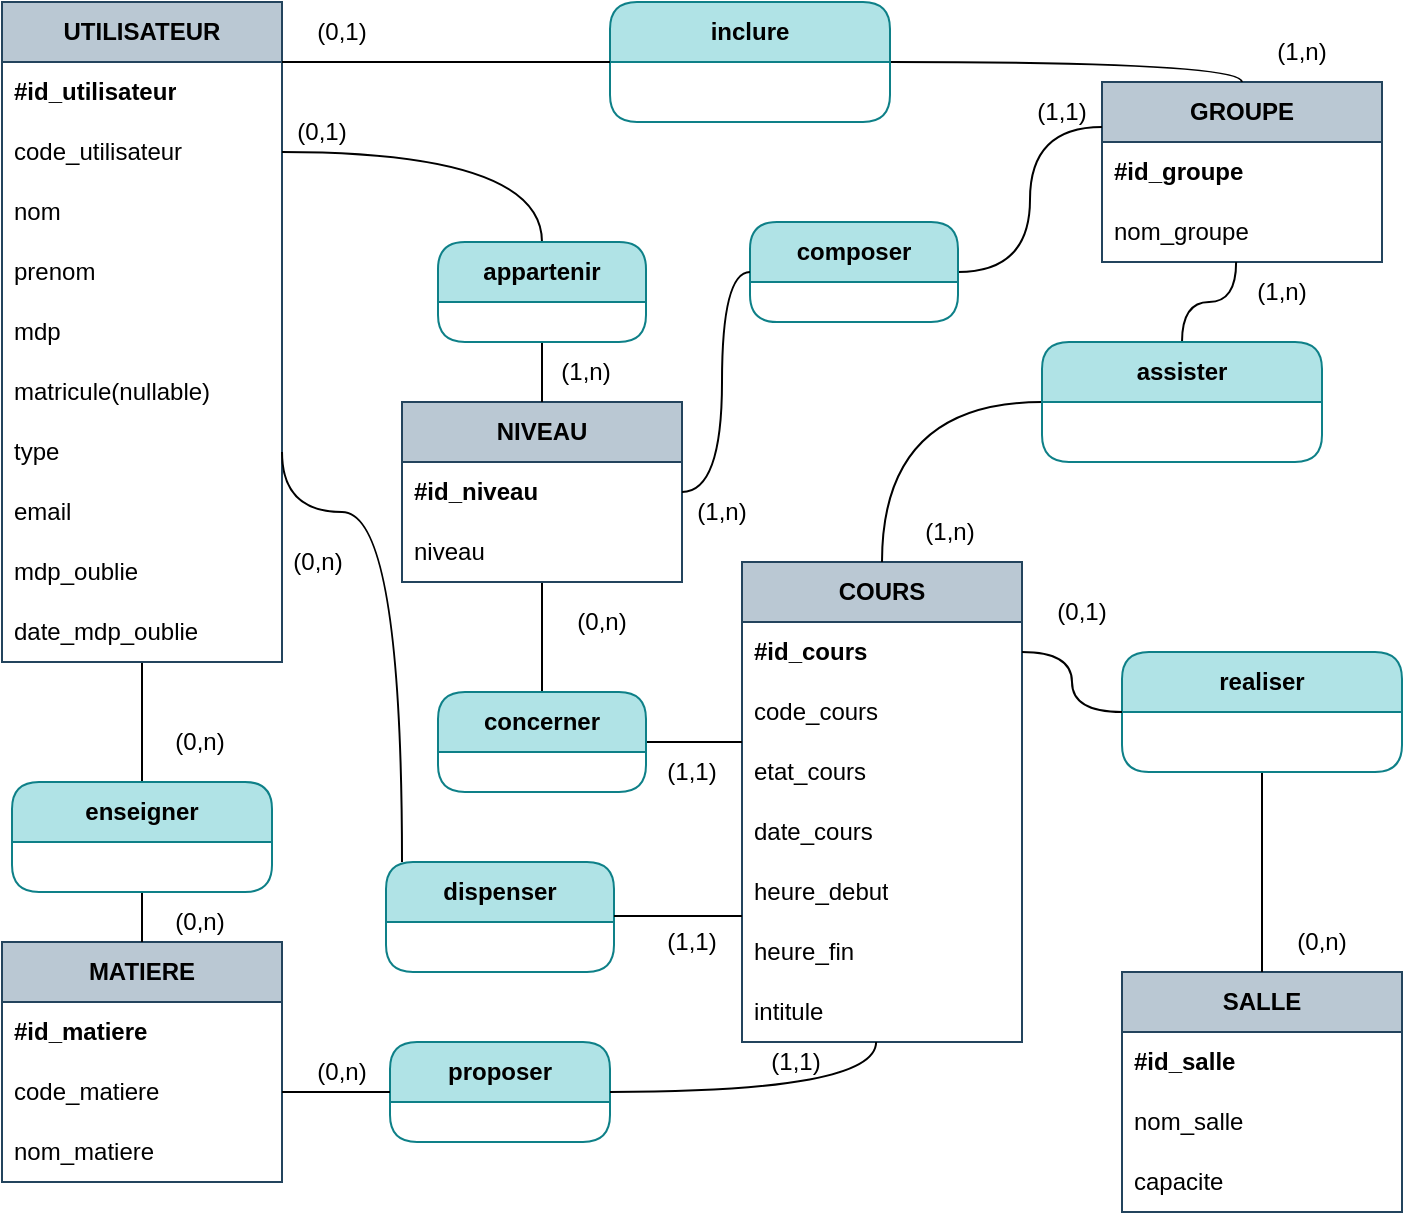
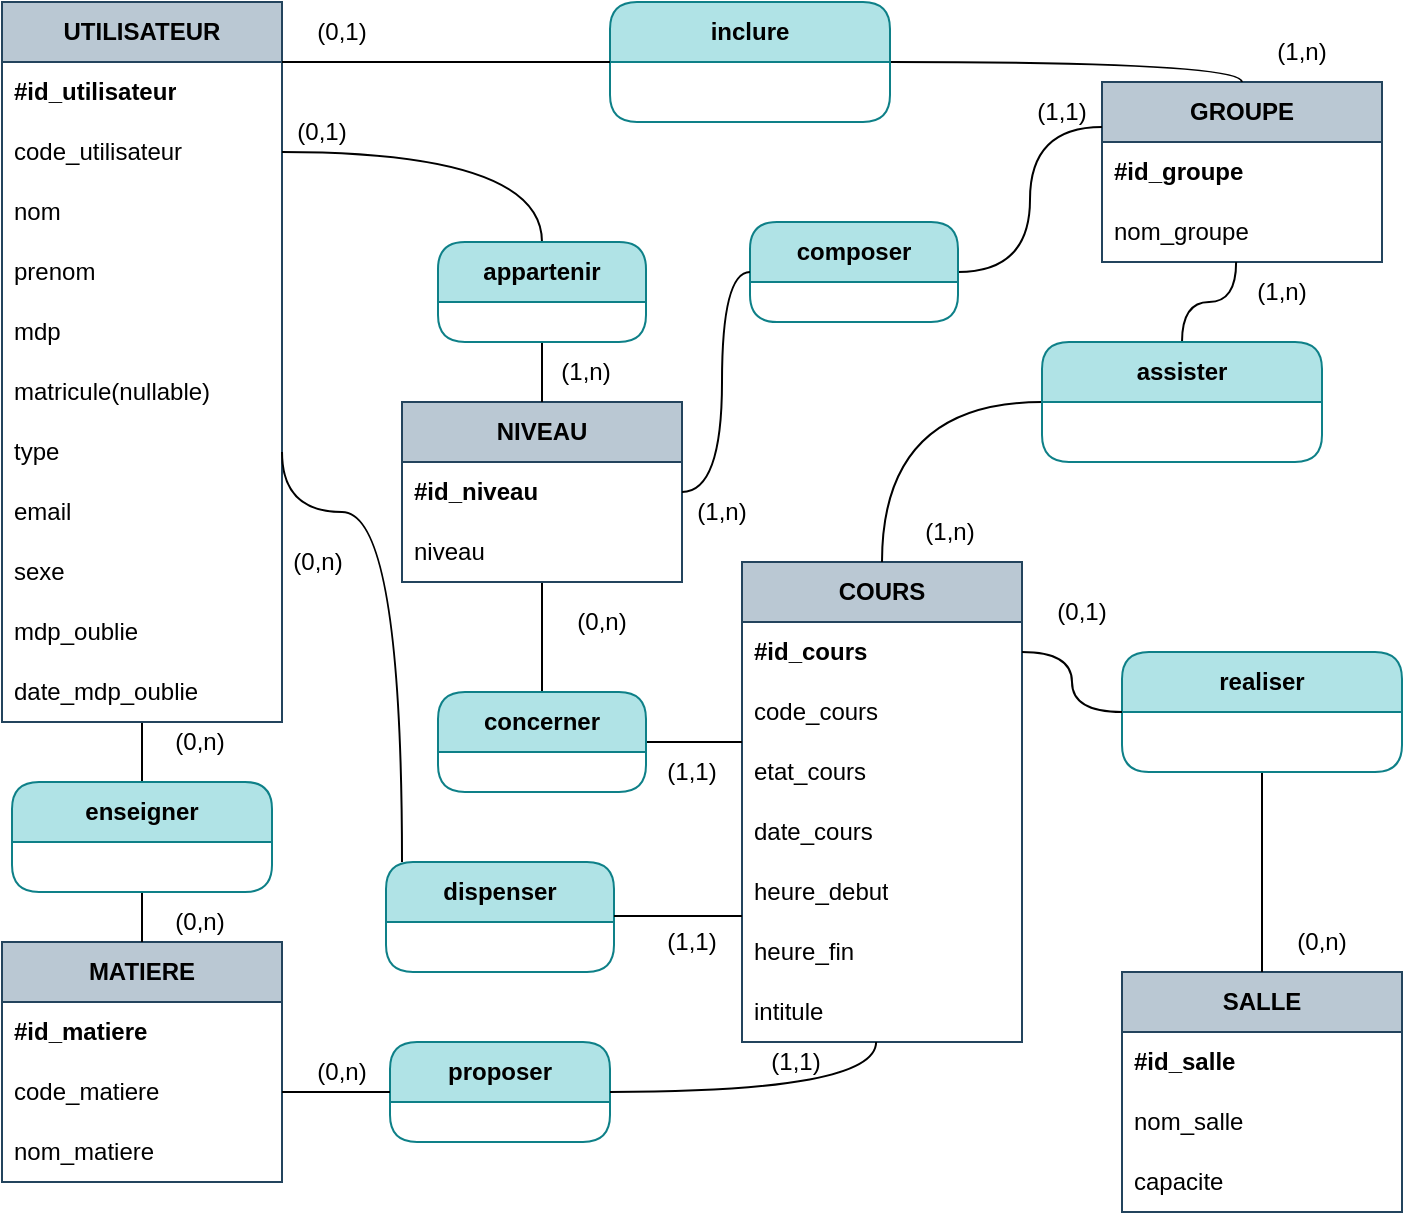
<mxfile host="Electron" agent="Mozilla/5.0 (X11; Linux x86_64) AppleWebKit/537.36 (KHTML, like Gecko) draw.io/29.2.9 Chrome/140.0.7339.249 Electron/38.7.2 Safari/537.36" version="29.2.9" pages="2">
  <diagram name="Page-1" id="SJ5G9GXE5NoKvGaDSBs1">
-     <mxGraphModel dx="927" dy="591" grid="1" gridSize="10" guides="1" tooltips="1" connect="1" arrows="1" fold="1" page="1" pageScale="1" pageWidth="827" pageHeight="1169" background="#ffffff" math="0" shadow="0">
+     <mxGraphModel dx="854" dy="552" grid="1" gridSize="10" guides="1" tooltips="1" connect="1" arrows="1" fold="1" page="1" pageScale="1" pageWidth="827" pageHeight="1169" background="#ffffff" math="0" shadow="0">
      <root>
        <mxCell id="0" />
        <mxCell id="1" parent="0" />
        <mxCell id="sGN0XX3N0lFaESC0Dikt-66" edge="1" parent="1" source="sGN0XX3N0lFaESC0Dikt-9" style="edgeStyle=orthogonalEdgeStyle;rounded=0;orthogonalLoop=1;jettySize=auto;html=1;entryX=0.5;entryY=0;entryDx=0;entryDy=0;endArrow=none;endFill=0;strokeColor=#000000;" target="sGN0XX3N0lFaESC0Dikt-65">
          <mxGeometry relative="1" as="geometry" />
        </mxCell>
        <mxCell id="sGN0XX3N0lFaESC0Dikt-9" parent="1" style="swimlane;fontStyle=0;childLayout=stackLayout;horizontal=1;startSize=30;horizontalStack=0;resizeParent=1;resizeParentMax=0;resizeLast=0;collapsible=1;marginBottom=0;whiteSpace=wrap;html=1;fillColor=#bac8d3;strokeColor=#23445d;" value="&lt;font style=&quot;color: rgb(0, 0, 0);&quot;&gt;&lt;b&gt;UTILISATEUR&lt;/b&gt;&lt;/font&gt;" vertex="1">
-           <mxGeometry height="330" width="140" x="40" y="40" as="geometry" />
+           <mxGeometry height="360" width="140" x="40" y="40" as="geometry" />
        </mxCell>
        <mxCell id="sGN0XX3N0lFaESC0Dikt-10" parent="sGN0XX3N0lFaESC0Dikt-9" style="text;strokeColor=none;fillColor=none;align=left;verticalAlign=middle;spacingLeft=4;spacingRight=4;overflow=hidden;points=[[0,0.5],[1,0.5]];portConstraint=eastwest;rotatable=0;whiteSpace=wrap;html=1;" value="&lt;b&gt;&lt;font style=&quot;color: rgb(0, 0, 0);&quot;&gt;#id_utilisateur&lt;/font&gt;&lt;/b&gt;" vertex="1">
          <mxGeometry height="30" width="140" y="30" as="geometry" />
        </mxCell>
        <mxCell id="sGN0XX3N0lFaESC0Dikt-28" parent="sGN0XX3N0lFaESC0Dikt-9" style="text;strokeColor=none;fillColor=none;align=left;verticalAlign=middle;spacingLeft=4;spacingRight=4;overflow=hidden;points=[[0,0.5],[1,0.5]];portConstraint=eastwest;rotatable=0;whiteSpace=wrap;html=1;" value="&lt;font style=&quot;color: rgb(0, 0, 0);&quot;&gt;code_utilisateur&lt;/font&gt;" vertex="1">
          <mxGeometry height="30" width="140" y="60" as="geometry" />
        </mxCell>
        <mxCell id="sGN0XX3N0lFaESC0Dikt-29" parent="sGN0XX3N0lFaESC0Dikt-9" style="text;strokeColor=none;fillColor=none;align=left;verticalAlign=middle;spacingLeft=4;spacingRight=4;overflow=hidden;points=[[0,0.5],[1,0.5]];portConstraint=eastwest;rotatable=0;whiteSpace=wrap;html=1;" value="&lt;font style=&quot;color: rgb(0, 0, 0);&quot;&gt;nom&lt;/font&gt;" vertex="1">
          <mxGeometry height="30" width="140" y="90" as="geometry" />
        </mxCell>
        <mxCell id="sGN0XX3N0lFaESC0Dikt-30" parent="sGN0XX3N0lFaESC0Dikt-9" style="text;strokeColor=none;fillColor=none;align=left;verticalAlign=middle;spacingLeft=4;spacingRight=4;overflow=hidden;points=[[0,0.5],[1,0.5]];portConstraint=eastwest;rotatable=0;whiteSpace=wrap;html=1;" value="&lt;font style=&quot;color: rgb(0, 0, 0);&quot;&gt;prenom&lt;/font&gt;" vertex="1">
          <mxGeometry height="30" width="140" y="120" as="geometry" />
        </mxCell>
        <mxCell id="sGN0XX3N0lFaESC0Dikt-36" parent="sGN0XX3N0lFaESC0Dikt-9" style="text;strokeColor=none;fillColor=none;align=left;verticalAlign=middle;spacingLeft=4;spacingRight=4;overflow=hidden;points=[[0,0.5],[1,0.5]];portConstraint=eastwest;rotatable=0;whiteSpace=wrap;html=1;" value="&lt;font style=&quot;color: rgb(0, 0, 0);&quot;&gt;mdp&lt;/font&gt;" vertex="1">
          <mxGeometry height="30" width="140" y="150" as="geometry" />
        </mxCell>
        <mxCell id="sGN0XX3N0lFaESC0Dikt-43" parent="sGN0XX3N0lFaESC0Dikt-9" style="text;strokeColor=none;fillColor=none;align=left;verticalAlign=middle;spacingLeft=4;spacingRight=4;overflow=hidden;points=[[0,0.5],[1,0.5]];portConstraint=eastwest;rotatable=0;whiteSpace=wrap;html=1;" value="&lt;font style=&quot;color: rgb(0, 0, 0);&quot;&gt;matricule(nullable)&lt;/font&gt;" vertex="1">
          <mxGeometry height="30" width="140" y="180" as="geometry" />
        </mxCell>
        <mxCell id="sGN0XX3N0lFaESC0Dikt-44" parent="sGN0XX3N0lFaESC0Dikt-9" style="text;strokeColor=none;fillColor=none;align=left;verticalAlign=middle;spacingLeft=4;spacingRight=4;overflow=hidden;points=[[0,0.5],[1,0.5]];portConstraint=eastwest;rotatable=0;whiteSpace=wrap;html=1;" value="&lt;font style=&quot;color: rgb(0, 0, 0);&quot;&gt;type&lt;/font&gt;" vertex="1">
          <mxGeometry height="30" width="140" y="210" as="geometry" />
        </mxCell>
        <mxCell id="sGN0XX3N0lFaESC0Dikt-45" parent="sGN0XX3N0lFaESC0Dikt-9" style="text;strokeColor=none;fillColor=none;align=left;verticalAlign=middle;spacingLeft=4;spacingRight=4;overflow=hidden;points=[[0,0.5],[1,0.5]];portConstraint=eastwest;rotatable=0;whiteSpace=wrap;html=1;" value="&lt;font style=&quot;color: rgb(0, 0, 0);&quot;&gt;email&lt;/font&gt;" vertex="1">
          <mxGeometry height="30" width="140" y="240" as="geometry" />
        </mxCell>
+         <mxCell id="4dKXYrzANffx5URjF5II-1" parent="sGN0XX3N0lFaESC0Dikt-9" style="text;strokeColor=none;fillColor=none;align=left;verticalAlign=middle;spacingLeft=4;spacingRight=4;overflow=hidden;points=[[0,0.5],[1,0.5]];portConstraint=eastwest;rotatable=0;whiteSpace=wrap;html=1;" value="&lt;font style=&quot;color: rgb(0, 0, 0);&quot;&gt;sexe&lt;/font&gt;" vertex="1">
+           <mxGeometry height="30" width="140" y="270" as="geometry" />
+         </mxCell>
        <mxCell id="sGN0XX3N0lFaESC0Dikt-46" parent="sGN0XX3N0lFaESC0Dikt-9" style="text;strokeColor=none;fillColor=none;align=left;verticalAlign=middle;spacingLeft=4;spacingRight=4;overflow=hidden;points=[[0,0.5],[1,0.5]];portConstraint=eastwest;rotatable=0;whiteSpace=wrap;html=1;" value="&lt;font style=&quot;color: rgb(0, 0, 0);&quot;&gt;mdp_oublie&lt;/font&gt;" vertex="1">
-           <mxGeometry height="30" width="140" y="270" as="geometry" />
+           <mxGeometry height="30" width="140" y="300" as="geometry" />
        </mxCell>
        <mxCell id="sGN0XX3N0lFaESC0Dikt-47" parent="sGN0XX3N0lFaESC0Dikt-9" style="text;strokeColor=none;fillColor=none;align=left;verticalAlign=middle;spacingLeft=4;spacingRight=4;overflow=hidden;points=[[0,0.5],[1,0.5]];portConstraint=eastwest;rotatable=0;whiteSpace=wrap;html=1;" value="&lt;font style=&quot;color: rgb(0, 0, 0);&quot;&gt;date_mdp_oublie&lt;/font&gt;" vertex="1">
-           <mxGeometry height="30" width="140" y="300" as="geometry" />
+           <mxGeometry height="30" width="140" y="330" as="geometry" />
        </mxCell>
        <mxCell id="sGN0XX3N0lFaESC0Dikt-13" parent="1" style="swimlane;fontStyle=0;childLayout=stackLayout;horizontal=1;startSize=30;horizontalStack=0;resizeParent=1;resizeParentMax=0;resizeLast=0;collapsible=1;marginBottom=0;whiteSpace=wrap;html=1;fillColor=#bac8d3;strokeColor=#23445d;" value="&lt;font style=&quot;color: rgb(0, 0, 0);&quot;&gt;&lt;b&gt;MATIERE&lt;/b&gt;&lt;/font&gt;" vertex="1">
          <mxGeometry height="120" width="140" x="40" y="510" as="geometry" />
        </mxCell>
        <mxCell id="sGN0XX3N0lFaESC0Dikt-14" parent="sGN0XX3N0lFaESC0Dikt-13" style="text;strokeColor=none;fillColor=none;align=left;verticalAlign=middle;spacingLeft=4;spacingRight=4;overflow=hidden;points=[[0,0.5],[1,0.5]];portConstraint=eastwest;rotatable=0;whiteSpace=wrap;html=1;" value="&lt;font color=&quot;#000000&quot;&gt;&lt;b&gt;#id_matiere&lt;/b&gt;&lt;/font&gt;" vertex="1">
          <mxGeometry height="30" width="140" y="30" as="geometry" />
        </mxCell>
        <mxCell id="sGN0XX3N0lFaESC0Dikt-27" parent="sGN0XX3N0lFaESC0Dikt-13" style="text;strokeColor=none;fillColor=none;align=left;verticalAlign=middle;spacingLeft=4;spacingRight=4;overflow=hidden;points=[[0,0.5],[1,0.5]];portConstraint=eastwest;rotatable=0;whiteSpace=wrap;html=1;" value="&lt;font style=&quot;color: rgb(0, 0, 0);&quot;&gt;code_matiere&lt;/font&gt;" vertex="1">
          <mxGeometry height="30" width="140" y="60" as="geometry" />
        </mxCell>
        <mxCell id="sGN0XX3N0lFaESC0Dikt-32" parent="sGN0XX3N0lFaESC0Dikt-13" style="text;strokeColor=none;fillColor=none;align=left;verticalAlign=middle;spacingLeft=4;spacingRight=4;overflow=hidden;points=[[0,0.5],[1,0.5]];portConstraint=eastwest;rotatable=0;whiteSpace=wrap;html=1;" value="&lt;font style=&quot;color: rgb(0, 0, 0);&quot;&gt;nom_matiere&lt;/font&gt;" vertex="1">
          <mxGeometry height="30" width="140" y="90" as="geometry" />
        </mxCell>
        <mxCell id="sGN0XX3N0lFaESC0Dikt-17" parent="1" style="swimlane;fontStyle=0;childLayout=stackLayout;horizontal=1;startSize=30;horizontalStack=0;resizeParent=1;resizeParentMax=0;resizeLast=0;collapsible=1;marginBottom=0;whiteSpace=wrap;html=1;fillColor=#bac8d3;strokeColor=#23445d;" value="&lt;font style=&quot;color: rgb(0, 0, 0);&quot;&gt;&lt;b&gt;COURS&lt;/b&gt;&lt;/font&gt;" vertex="1">
          <mxGeometry height="240" width="140" x="410" y="320" as="geometry" />
        </mxCell>
        <mxCell id="sGN0XX3N0lFaESC0Dikt-18" parent="sGN0XX3N0lFaESC0Dikt-17" style="text;strokeColor=none;fillColor=none;align=left;verticalAlign=middle;spacingLeft=4;spacingRight=4;overflow=hidden;points=[[0,0.5],[1,0.5]];portConstraint=eastwest;rotatable=0;whiteSpace=wrap;html=1;" value="&lt;b&gt;&lt;font style=&quot;color: rgb(0, 0, 0);&quot;&gt;#id_cours&lt;/font&gt;&lt;/b&gt;" vertex="1">
          <mxGeometry height="30" width="140" y="30" as="geometry" />
        </mxCell>
        <mxCell id="sGN0XX3N0lFaESC0Dikt-33" parent="sGN0XX3N0lFaESC0Dikt-17" style="text;strokeColor=none;fillColor=none;align=left;verticalAlign=middle;spacingLeft=4;spacingRight=4;overflow=hidden;points=[[0,0.5],[1,0.5]];portConstraint=eastwest;rotatable=0;whiteSpace=wrap;html=1;" value="&lt;font style=&quot;color: rgb(0, 0, 0);&quot;&gt;code_cours&lt;/font&gt;" vertex="1">
          <mxGeometry height="30" width="140" y="60" as="geometry" />
        </mxCell>
        <mxCell id="sGN0XX3N0lFaESC0Dikt-34" parent="sGN0XX3N0lFaESC0Dikt-17" style="text;strokeColor=none;fillColor=none;align=left;verticalAlign=middle;spacingLeft=4;spacingRight=4;overflow=hidden;points=[[0,0.5],[1,0.5]];portConstraint=eastwest;rotatable=0;whiteSpace=wrap;html=1;" value="&lt;font style=&quot;color: rgb(0, 0, 0);&quot;&gt;etat_cours&lt;/font&gt;" vertex="1">
          <mxGeometry height="30" width="140" y="90" as="geometry" />
        </mxCell>
        <mxCell id="sGN0XX3N0lFaESC0Dikt-35" parent="sGN0XX3N0lFaESC0Dikt-17" style="text;strokeColor=none;fillColor=none;align=left;verticalAlign=middle;spacingLeft=4;spacingRight=4;overflow=hidden;points=[[0,0.5],[1,0.5]];portConstraint=eastwest;rotatable=0;whiteSpace=wrap;html=1;" value="&lt;font style=&quot;color: rgb(0, 0, 0);&quot;&gt;date_cours&lt;/font&gt;" vertex="1">
          <mxGeometry height="30" width="140" y="120" as="geometry" />
        </mxCell>
        <mxCell id="sGN0XX3N0lFaESC0Dikt-37" parent="sGN0XX3N0lFaESC0Dikt-17" style="text;strokeColor=none;fillColor=none;align=left;verticalAlign=middle;spacingLeft=4;spacingRight=4;overflow=hidden;points=[[0,0.5],[1,0.5]];portConstraint=eastwest;rotatable=0;whiteSpace=wrap;html=1;" value="&lt;font style=&quot;color: rgb(0, 0, 0);&quot;&gt;heure_debut&lt;/font&gt;" vertex="1">
          <mxGeometry height="30" width="140" y="150" as="geometry" />
        </mxCell>
        <mxCell id="sGN0XX3N0lFaESC0Dikt-38" parent="sGN0XX3N0lFaESC0Dikt-17" style="text;strokeColor=none;fillColor=none;align=left;verticalAlign=middle;spacingLeft=4;spacingRight=4;overflow=hidden;points=[[0,0.5],[1,0.5]];portConstraint=eastwest;rotatable=0;whiteSpace=wrap;html=1;" value="&lt;font style=&quot;color: rgb(0, 0, 0);&quot;&gt;heure_fin&lt;/font&gt;" vertex="1">
          <mxGeometry height="30" width="140" y="180" as="geometry" />
        </mxCell>
        <mxCell id="sGN0XX3N0lFaESC0Dikt-48" parent="sGN0XX3N0lFaESC0Dikt-17" style="text;strokeColor=none;fillColor=none;align=left;verticalAlign=middle;spacingLeft=4;spacingRight=4;overflow=hidden;points=[[0,0.5],[1,0.5]];portConstraint=eastwest;rotatable=0;whiteSpace=wrap;html=1;" value="&lt;font color=&quot;#000000&quot;&gt;intitule&lt;/font&gt;" vertex="1">
          <mxGeometry height="30" width="140" y="210" as="geometry" />
        </mxCell>
        <mxCell id="sGN0XX3N0lFaESC0Dikt-39" parent="1" style="swimlane;fontStyle=0;childLayout=stackLayout;horizontal=1;startSize=30;horizontalStack=0;resizeParent=1;resizeParentMax=0;resizeLast=0;collapsible=1;marginBottom=0;whiteSpace=wrap;html=1;fillColor=#bac8d3;strokeColor=#23445d;" value="&lt;font style=&quot;color: rgb(0, 0, 0);&quot;&gt;&lt;b&gt;GROUPE&lt;/b&gt;&lt;/font&gt;" vertex="1">
          <mxGeometry height="90" width="140" x="590" y="80" as="geometry" />
        </mxCell>
        <mxCell id="sGN0XX3N0lFaESC0Dikt-40" parent="sGN0XX3N0lFaESC0Dikt-39" style="text;strokeColor=none;fillColor=none;align=left;verticalAlign=middle;spacingLeft=4;spacingRight=4;overflow=hidden;points=[[0,0.5],[1,0.5]];portConstraint=eastwest;rotatable=0;whiteSpace=wrap;html=1;" value="&lt;font color=&quot;#000000&quot;&gt;&lt;b&gt;#id_groupe&lt;/b&gt;&lt;/font&gt;" vertex="1">
          <mxGeometry height="30" width="140" y="30" as="geometry" />
        </mxCell>
        <mxCell id="sGN0XX3N0lFaESC0Dikt-41" parent="sGN0XX3N0lFaESC0Dikt-39" style="text;strokeColor=none;fillColor=none;align=left;verticalAlign=middle;spacingLeft=4;spacingRight=4;overflow=hidden;points=[[0,0.5],[1,0.5]];portConstraint=eastwest;rotatable=0;whiteSpace=wrap;html=1;" value="&lt;font style=&quot;color: rgb(0, 0, 0);&quot;&gt;nom_groupe&lt;/font&gt;" vertex="1">
          <mxGeometry height="30" width="140" y="60" as="geometry" />
        </mxCell>
        <mxCell id="sGN0XX3N0lFaESC0Dikt-5" parent="1" style="swimlane;fontStyle=0;childLayout=stackLayout;horizontal=1;startSize=30;horizontalStack=0;resizeParent=1;resizeParentMax=0;resizeLast=0;collapsible=1;marginBottom=0;whiteSpace=wrap;html=1;fillColor=#bac8d3;strokeColor=#23445d;" value="&lt;font style=&quot;color: rgb(0, 0, 0);&quot;&gt;&lt;b&gt;SALLE&lt;/b&gt;&lt;/font&gt;" vertex="1">
          <mxGeometry height="120" width="140" x="600" y="525" as="geometry" />
        </mxCell>
        <mxCell id="sGN0XX3N0lFaESC0Dikt-7" parent="sGN0XX3N0lFaESC0Dikt-5" style="text;strokeColor=none;fillColor=none;align=left;verticalAlign=middle;spacingLeft=4;spacingRight=4;overflow=hidden;points=[[0,0.5],[1,0.5]];portConstraint=eastwest;rotatable=0;whiteSpace=wrap;html=1;" value="&lt;font style=&quot;color: rgb(0, 0, 0);&quot;&gt;&lt;b&gt;#id_salle&lt;/b&gt;&lt;/font&gt;" vertex="1">
          <mxGeometry height="30" width="140" y="30" as="geometry" />
        </mxCell>
        <mxCell id="sGN0XX3N0lFaESC0Dikt-22" parent="sGN0XX3N0lFaESC0Dikt-5" style="text;strokeColor=none;fillColor=none;align=left;verticalAlign=middle;spacingLeft=4;spacingRight=4;overflow=hidden;points=[[0,0.5],[1,0.5]];portConstraint=eastwest;rotatable=0;whiteSpace=wrap;html=1;" value="&lt;font style=&quot;color: rgb(0, 0, 0);&quot;&gt;nom_salle&lt;/font&gt;" vertex="1">
          <mxGeometry height="30" width="140" y="60" as="geometry" />
        </mxCell>
        <mxCell id="sGN0XX3N0lFaESC0Dikt-21" parent="sGN0XX3N0lFaESC0Dikt-5" style="text;strokeColor=none;fillColor=none;align=left;verticalAlign=middle;spacingLeft=4;spacingRight=4;overflow=hidden;points=[[0,0.5],[1,0.5]];portConstraint=eastwest;rotatable=0;whiteSpace=wrap;html=1;" value="&lt;div&gt;&lt;font color=&quot;#000000&quot;&gt;capacite&lt;/font&gt;&lt;/div&gt;" vertex="1">
          <mxGeometry height="30" width="140" y="90" as="geometry" />
        </mxCell>
        <mxCell id="sGN0XX3N0lFaESC0Dikt-55" edge="1" parent="1" source="sGN0XX3N0lFaESC0Dikt-50" style="edgeStyle=orthogonalEdgeStyle;rounded=0;orthogonalLoop=1;jettySize=auto;html=1;entryX=0.479;entryY=1;entryDx=0;entryDy=0;strokeColor=#000000;curved=1;endArrow=none;endFill=0;entryPerimeter=0;" target="sGN0XX3N0lFaESC0Dikt-41">
          <mxGeometry relative="1" as="geometry" />
        </mxCell>
        <mxCell id="sGN0XX3N0lFaESC0Dikt-56" edge="1" parent="1" source="sGN0XX3N0lFaESC0Dikt-50" style="edgeStyle=orthogonalEdgeStyle;rounded=0;orthogonalLoop=1;jettySize=auto;html=1;entryX=0.5;entryY=0;entryDx=0;entryDy=0;endArrow=none;endFill=0;strokeColor=#000000;curved=1;" target="sGN0XX3N0lFaESC0Dikt-17">
          <mxGeometry relative="1" as="geometry" />
        </mxCell>
        <mxCell id="sGN0XX3N0lFaESC0Dikt-50" parent="1" style="swimlane;fontStyle=0;childLayout=stackLayout;horizontal=1;startSize=30;horizontalStack=0;resizeParent=1;resizeParentMax=0;resizeLast=0;collapsible=1;marginBottom=0;whiteSpace=wrap;html=1;fillColor=#b0e3e6;strokeColor=#0e8088;rounded=1;" value="&lt;font style=&quot;color: rgb(0, 0, 0);&quot;&gt;&lt;b&gt;assister&lt;/b&gt;&lt;/font&gt;" vertex="1">
          <mxGeometry height="60" width="140" x="560" y="210" as="geometry" />
        </mxCell>
        <mxCell id="sGN0XX3N0lFaESC0Dikt-59" edge="1" parent="1" source="sGN0XX3N0lFaESC0Dikt-57" style="edgeStyle=orthogonalEdgeStyle;rounded=0;orthogonalLoop=1;jettySize=auto;html=1;entryX=0.5;entryY=0;entryDx=0;entryDy=0;strokeColor=#000000;endArrow=none;endFill=0;" target="sGN0XX3N0lFaESC0Dikt-5">
          <mxGeometry relative="1" as="geometry" />
        </mxCell>
        <mxCell id="sGN0XX3N0lFaESC0Dikt-57" parent="1" style="swimlane;fontStyle=0;childLayout=stackLayout;horizontal=1;startSize=30;horizontalStack=0;resizeParent=1;resizeParentMax=0;resizeLast=0;collapsible=1;marginBottom=0;whiteSpace=wrap;html=1;fillColor=#b0e3e6;strokeColor=#0e8088;rounded=1;" value="&lt;font color=&quot;#000000&quot;&gt;&lt;b&gt;realiser&lt;/b&gt;&lt;/font&gt;" vertex="1">
          <mxGeometry height="60" width="140" x="600" y="365" as="geometry" />
        </mxCell>
        <mxCell id="sGN0XX3N0lFaESC0Dikt-58" edge="1" parent="1" source="sGN0XX3N0lFaESC0Dikt-57" style="edgeStyle=orthogonalEdgeStyle;rounded=0;orthogonalLoop=1;jettySize=auto;html=1;entryX=1;entryY=0.5;entryDx=0;entryDy=0;curved=1;strokeColor=#000000;endArrow=none;endFill=0;" target="sGN0XX3N0lFaESC0Dikt-18">
          <mxGeometry relative="1" as="geometry" />
        </mxCell>
        <mxCell id="sGN0XX3N0lFaESC0Dikt-64" edge="1" parent="1" source="sGN0XX3N0lFaESC0Dikt-60" style="edgeStyle=orthogonalEdgeStyle;rounded=0;orthogonalLoop=1;jettySize=auto;html=1;entryX=0.5;entryY=0;entryDx=0;entryDy=0;endArrow=none;endFill=0;curved=1;strokeColor=#000000;" target="sGN0XX3N0lFaESC0Dikt-39">
          <mxGeometry relative="1" as="geometry">
            <Array as="points">
              <mxPoint x="660" y="70" />
            </Array>
          </mxGeometry>
        </mxCell>
        <mxCell id="sGN0XX3N0lFaESC0Dikt-60" parent="1" style="swimlane;fontStyle=0;childLayout=stackLayout;horizontal=1;startSize=30;horizontalStack=0;resizeParent=1;resizeParentMax=0;resizeLast=0;collapsible=1;marginBottom=0;whiteSpace=wrap;html=1;fillColor=#b0e3e6;strokeColor=#0e8088;rounded=1;" value="&lt;font style=&quot;color: rgb(0, 0, 0);&quot;&gt;&lt;b&gt;inclure&lt;/b&gt;&lt;/font&gt;" vertex="1">
          <mxGeometry height="60" width="140" x="344" y="40" as="geometry" />
        </mxCell>
        <mxCell id="sGN0XX3N0lFaESC0Dikt-61" edge="1" parent="1" source="sGN0XX3N0lFaESC0Dikt-60" style="edgeStyle=orthogonalEdgeStyle;rounded=0;orthogonalLoop=1;jettySize=auto;html=1;endArrow=none;endFill=0;strokeColor=#000000;curved=1;">
          <mxGeometry relative="1" as="geometry">
            <mxPoint x="180" y="70" as="targetPoint" />
          </mxGeometry>
        </mxCell>
        <mxCell id="sGN0XX3N0lFaESC0Dikt-67" edge="1" parent="1" source="sGN0XX3N0lFaESC0Dikt-65" style="edgeStyle=orthogonalEdgeStyle;rounded=0;orthogonalLoop=1;jettySize=auto;html=1;entryX=0.5;entryY=0;entryDx=0;entryDy=0;endArrow=none;endFill=0;strokeColor=#000000;" target="sGN0XX3N0lFaESC0Dikt-13">
          <mxGeometry relative="1" as="geometry" />
        </mxCell>
        <mxCell id="sGN0XX3N0lFaESC0Dikt-65" parent="1" style="swimlane;fontStyle=0;childLayout=stackLayout;horizontal=1;startSize=30;horizontalStack=0;resizeParent=1;resizeParentMax=0;resizeLast=0;collapsible=1;marginBottom=0;whiteSpace=wrap;html=1;fillColor=#b0e3e6;strokeColor=#0e8088;rounded=1;" value="&lt;font style=&quot;color: rgb(0, 0, 0);&quot;&gt;&lt;b&gt;enseigner&lt;/b&gt;&lt;/font&gt;" vertex="1">
          <mxGeometry height="55" width="130" x="45" y="430" as="geometry" />
        </mxCell>
        <mxCell id="sGN0XX3N0lFaESC0Dikt-68" parent="1" style="swimlane;fontStyle=0;childLayout=stackLayout;horizontal=1;startSize=30;horizontalStack=0;resizeParent=1;resizeParentMax=0;resizeLast=0;collapsible=1;marginBottom=0;whiteSpace=wrap;html=1;fillColor=#b0e3e6;strokeColor=#0e8088;rounded=1;" value="&lt;font style=&quot;color: rgb(0, 0, 0);&quot;&gt;&lt;b&gt;proposer&lt;/b&gt;&lt;/font&gt;" vertex="1">
          <mxGeometry height="50" width="110" x="234" y="560" as="geometry" />
        </mxCell>
        <mxCell id="sGN0XX3N0lFaESC0Dikt-69" edge="1" parent="1" source="sGN0XX3N0lFaESC0Dikt-68" style="edgeStyle=orthogonalEdgeStyle;rounded=0;orthogonalLoop=1;jettySize=auto;html=1;entryX=0.479;entryY=1;entryDx=0;entryDy=0;entryPerimeter=0;curved=1;strokeColor=#000000;endArrow=none;endFill=0;exitX=1;exitY=0.5;exitDx=0;exitDy=0;" target="sGN0XX3N0lFaESC0Dikt-48">
          <mxGeometry relative="1" as="geometry" />
        </mxCell>
        <mxCell id="sGN0XX3N0lFaESC0Dikt-71" edge="1" parent="1" source="sGN0XX3N0lFaESC0Dikt-68" style="edgeStyle=orthogonalEdgeStyle;rounded=0;orthogonalLoop=1;jettySize=auto;html=1;entryX=1;entryY=0.5;entryDx=0;entryDy=0;curved=1;endArrow=none;endFill=0;strokeColor=#000000;" target="sGN0XX3N0lFaESC0Dikt-27">
          <mxGeometry relative="1" as="geometry" />
        </mxCell>
        <mxCell id="sGN0XX3N0lFaESC0Dikt-72" parent="1" style="text;html=1;whiteSpace=wrap;strokeColor=none;fillColor=none;align=center;verticalAlign=middle;rounded=0;" value="&lt;font style=&quot;color: rgb(0, 0, 0);&quot;&gt;(0,1)&lt;/font&gt;" vertex="1">
          <mxGeometry height="30" width="60" x="180" y="40" as="geometry" />
        </mxCell>
        <mxCell id="sGN0XX3N0lFaESC0Dikt-73" edge="1" parent="1" source="sGN0XX3N0lFaESC0Dikt-72" style="edgeStyle=orthogonalEdgeStyle;rounded=0;orthogonalLoop=1;jettySize=auto;html=1;exitX=0.5;exitY=1;exitDx=0;exitDy=0;" target="sGN0XX3N0lFaESC0Dikt-72">
          <mxGeometry relative="1" as="geometry" />
        </mxCell>
        <mxCell id="sGN0XX3N0lFaESC0Dikt-74" parent="1" style="text;html=1;whiteSpace=wrap;strokeColor=none;fillColor=none;align=center;verticalAlign=middle;rounded=0;" value="&lt;font style=&quot;color: rgb(0, 0, 0);&quot;&gt;(1,n)&lt;/font&gt;" vertex="1">
          <mxGeometry height="30" width="60" x="660" y="50" as="geometry" />
        </mxCell>
        <mxCell id="sGN0XX3N0lFaESC0Dikt-91" edge="1" parent="1" source="sGN0XX3N0lFaESC0Dikt-75" style="edgeStyle=orthogonalEdgeStyle;rounded=0;orthogonalLoop=1;jettySize=auto;html=1;entryX=0.5;entryY=0;entryDx=0;entryDy=0;strokeColor=#000000;endArrow=none;endFill=0;" target="sGN0XX3N0lFaESC0Dikt-89">
          <mxGeometry relative="1" as="geometry" />
        </mxCell>
        <mxCell id="sGN0XX3N0lFaESC0Dikt-75" parent="1" style="swimlane;fontStyle=0;childLayout=stackLayout;horizontal=1;startSize=30;horizontalStack=0;resizeParent=1;resizeParentMax=0;resizeLast=0;collapsible=1;marginBottom=0;whiteSpace=wrap;html=1;fillColor=#bac8d3;strokeColor=#23445d;" value="&lt;font style=&quot;color: rgb(0, 0, 0);&quot;&gt;&lt;b&gt;NIVEAU&lt;/b&gt;&lt;/font&gt;" vertex="1">
          <mxGeometry height="90" width="140" x="240" y="240" as="geometry" />
        </mxCell>
        <mxCell id="sGN0XX3N0lFaESC0Dikt-76" parent="sGN0XX3N0lFaESC0Dikt-75" style="text;strokeColor=none;fillColor=none;align=left;verticalAlign=middle;spacingLeft=4;spacingRight=4;overflow=hidden;points=[[0,0.5],[1,0.5]];portConstraint=eastwest;rotatable=0;whiteSpace=wrap;html=1;" value="&lt;font color=&quot;#000000&quot;&gt;&lt;b&gt;#id_niveau&lt;/b&gt;&lt;/font&gt;" vertex="1">
          <mxGeometry height="30" width="140" y="30" as="geometry" />
        </mxCell>
        <mxCell id="sGN0XX3N0lFaESC0Dikt-77" parent="sGN0XX3N0lFaESC0Dikt-75" style="text;strokeColor=none;fillColor=none;align=left;verticalAlign=middle;spacingLeft=4;spacingRight=4;overflow=hidden;points=[[0,0.5],[1,0.5]];portConstraint=eastwest;rotatable=0;whiteSpace=wrap;html=1;" value="&lt;font style=&quot;color: rgb(0, 0, 0);&quot;&gt;niveau&lt;/font&gt;" vertex="1">
          <mxGeometry height="30" width="140" y="60" as="geometry" />
        </mxCell>
        <mxCell id="sGN0XX3N0lFaESC0Dikt-79" edge="1" parent="1" source="sGN0XX3N0lFaESC0Dikt-78" style="edgeStyle=orthogonalEdgeStyle;rounded=0;orthogonalLoop=1;jettySize=auto;html=1;entryX=1;entryY=0.5;entryDx=0;entryDy=0;curved=1;strokeColor=#000000;endArrow=none;endFill=0;" target="sGN0XX3N0lFaESC0Dikt-28">
          <mxGeometry relative="1" as="geometry" />
        </mxCell>
        <mxCell id="sGN0XX3N0lFaESC0Dikt-80" edge="1" parent="1" source="sGN0XX3N0lFaESC0Dikt-78" style="edgeStyle=orthogonalEdgeStyle;rounded=0;orthogonalLoop=1;jettySize=auto;html=1;entryX=0.5;entryY=0;entryDx=0;entryDy=0;curved=1;endArrow=none;endFill=0;strokeColor=#000000;" target="sGN0XX3N0lFaESC0Dikt-75">
          <mxGeometry relative="1" as="geometry" />
        </mxCell>
        <mxCell id="sGN0XX3N0lFaESC0Dikt-78" parent="1" style="swimlane;fontStyle=0;childLayout=stackLayout;horizontal=1;startSize=30;horizontalStack=0;resizeParent=1;resizeParentMax=0;resizeLast=0;collapsible=1;marginBottom=0;whiteSpace=wrap;html=1;fillColor=#b0e3e6;strokeColor=#0e8088;rounded=1;" value="&lt;font style=&quot;color: rgb(0, 0, 0);&quot;&gt;&lt;b&gt;appartenir&lt;/b&gt;&lt;/font&gt;" vertex="1">
          <mxGeometry height="50" width="104" x="258" y="160" as="geometry" />
        </mxCell>
        <mxCell id="sGN0XX3N0lFaESC0Dikt-85" edge="1" parent="1" source="sGN0XX3N0lFaESC0Dikt-83" style="edgeStyle=orthogonalEdgeStyle;rounded=0;orthogonalLoop=1;jettySize=auto;html=1;entryX=0;entryY=0.25;entryDx=0;entryDy=0;curved=1;endArrow=none;endFill=0;strokeColor=#000000;" target="sGN0XX3N0lFaESC0Dikt-39">
          <mxGeometry relative="1" as="geometry" />
        </mxCell>
        <mxCell id="sGN0XX3N0lFaESC0Dikt-83" parent="1" style="swimlane;fontStyle=0;childLayout=stackLayout;horizontal=1;startSize=30;horizontalStack=0;resizeParent=1;resizeParentMax=0;resizeLast=0;collapsible=1;marginBottom=0;whiteSpace=wrap;html=1;fillColor=#b0e3e6;strokeColor=#0e8088;rounded=1;" value="&lt;font style=&quot;color: rgb(0, 0, 0);&quot;&gt;&lt;b&gt;composer&lt;/b&gt;&lt;/font&gt;" vertex="1">
          <mxGeometry height="50" width="104" x="414" y="150" as="geometry" />
        </mxCell>
        <mxCell id="sGN0XX3N0lFaESC0Dikt-84" edge="1" parent="1" source="sGN0XX3N0lFaESC0Dikt-76" style="edgeStyle=orthogonalEdgeStyle;rounded=0;orthogonalLoop=1;jettySize=auto;html=1;entryX=0;entryY=0.5;entryDx=0;entryDy=0;curved=1;endArrow=none;endFill=0;strokeColor=#000000;" target="sGN0XX3N0lFaESC0Dikt-83">
          <mxGeometry relative="1" as="geometry">
            <Array as="points">
              <mxPoint x="400" y="285" />
              <mxPoint x="400" y="175" />
            </Array>
          </mxGeometry>
        </mxCell>
        <mxCell id="sGN0XX3N0lFaESC0Dikt-111" edge="1" parent="1" source="sGN0XX3N0lFaESC0Dikt-89" style="edgeStyle=orthogonalEdgeStyle;rounded=0;orthogonalLoop=1;jettySize=auto;html=1;endArrow=none;endFill=0;strokeColor=#000000;">
          <mxGeometry relative="1" as="geometry">
            <mxPoint x="410" y="410" as="targetPoint" />
          </mxGeometry>
        </mxCell>
        <mxCell id="sGN0XX3N0lFaESC0Dikt-89" parent="1" style="swimlane;fontStyle=0;childLayout=stackLayout;horizontal=1;startSize=30;horizontalStack=0;resizeParent=1;resizeParentMax=0;resizeLast=0;collapsible=1;marginBottom=0;whiteSpace=wrap;html=1;fillColor=#b0e3e6;strokeColor=#0e8088;rounded=1;" value="&lt;font style=&quot;color: rgb(0, 0, 0);&quot;&gt;&lt;b&gt;concerner&lt;/b&gt;&lt;/font&gt;" vertex="1">
          <mxGeometry height="50" width="104" x="258" y="385" as="geometry" />
        </mxCell>
        <mxCell id="sGN0XX3N0lFaESC0Dikt-94" parent="1" style="text;html=1;whiteSpace=wrap;strokeColor=none;fillColor=none;align=center;verticalAlign=middle;rounded=0;" value="&lt;font style=&quot;color: rgb(0, 0, 0);&quot;&gt;(1,1)&lt;/font&gt;" vertex="1">
          <mxGeometry height="30" width="60" x="540" y="80" as="geometry" />
        </mxCell>
        <mxCell id="sGN0XX3N0lFaESC0Dikt-95" parent="1" style="text;html=1;whiteSpace=wrap;strokeColor=none;fillColor=none;align=center;verticalAlign=middle;rounded=0;" value="&lt;font style=&quot;color: rgb(0, 0, 0);&quot;&gt;(1,n)&lt;/font&gt;" vertex="1">
          <mxGeometry height="30" width="60" x="370" y="280" as="geometry" />
        </mxCell>
        <mxCell id="sGN0XX3N0lFaESC0Dikt-96" parent="1" style="text;html=1;whiteSpace=wrap;strokeColor=none;fillColor=none;align=center;verticalAlign=middle;rounded=0;" value="&lt;font style=&quot;color: rgb(0, 0, 0);&quot;&gt;(1,n)&lt;/font&gt;" vertex="1">
          <mxGeometry height="30" width="60" x="302" y="210" as="geometry" />
        </mxCell>
        <mxCell id="sGN0XX3N0lFaESC0Dikt-97" parent="1" style="text;html=1;whiteSpace=wrap;strokeColor=none;fillColor=none;align=center;verticalAlign=middle;rounded=0;" value="&lt;font style=&quot;color: rgb(0, 0, 0);&quot;&gt;(0,1)&lt;/font&gt;" vertex="1">
          <mxGeometry height="30" width="60" x="170" y="90" as="geometry" />
        </mxCell>
        <mxCell id="sGN0XX3N0lFaESC0Dikt-98" parent="1" style="text;html=1;whiteSpace=wrap;strokeColor=none;fillColor=none;align=center;verticalAlign=middle;rounded=0;" value="&lt;font style=&quot;color: rgb(0, 0, 0);&quot;&gt;(0,n)&lt;/font&gt;" vertex="1">
          <mxGeometry height="30" width="60" x="310" y="335" as="geometry" />
        </mxCell>
        <mxCell id="sGN0XX3N0lFaESC0Dikt-99" parent="1" style="text;html=1;whiteSpace=wrap;strokeColor=none;fillColor=none;align=center;verticalAlign=middle;rounded=0;" value="&lt;font style=&quot;color: rgb(0, 0, 0);&quot;&gt;(1,1)&lt;/font&gt;" vertex="1">
          <mxGeometry height="30" width="60" x="355" y="410" as="geometry" />
        </mxCell>
        <mxCell id="sGN0XX3N0lFaESC0Dikt-101" parent="1" style="text;html=1;whiteSpace=wrap;strokeColor=none;fillColor=none;align=center;verticalAlign=middle;rounded=0;" value="&lt;font style=&quot;color: rgb(0, 0, 0);&quot;&gt;(1,n)&lt;/font&gt;" vertex="1">
          <mxGeometry height="30" width="60" x="650" y="170" as="geometry" />
        </mxCell>
        <mxCell id="sGN0XX3N0lFaESC0Dikt-102" parent="1" style="text;html=1;whiteSpace=wrap;strokeColor=none;fillColor=none;align=center;verticalAlign=middle;rounded=0;" value="&lt;font style=&quot;color: rgb(0, 0, 0);&quot;&gt;(0,1)&lt;/font&gt;" vertex="1">
          <mxGeometry height="30" width="60" x="550" y="330" as="geometry" />
        </mxCell>
        <mxCell id="sGN0XX3N0lFaESC0Dikt-103" parent="1" style="text;html=1;whiteSpace=wrap;strokeColor=none;fillColor=none;align=center;verticalAlign=middle;rounded=0;" value="&lt;font style=&quot;color: rgb(0, 0, 0);&quot;&gt;(0,n)&lt;/font&gt;" vertex="1">
          <mxGeometry height="30" width="60" x="109" y="395" as="geometry" />
        </mxCell>
        <mxCell id="sGN0XX3N0lFaESC0Dikt-104" parent="1" style="text;html=1;whiteSpace=wrap;strokeColor=none;fillColor=none;align=center;verticalAlign=middle;rounded=0;" value="&lt;font style=&quot;color: rgb(0, 0, 0);&quot;&gt;(0,n)&lt;/font&gt;" vertex="1">
          <mxGeometry height="30" width="60" x="109" y="485" as="geometry" />
        </mxCell>
        <mxCell id="sGN0XX3N0lFaESC0Dikt-105" parent="1" style="text;html=1;whiteSpace=wrap;strokeColor=none;fillColor=none;align=center;verticalAlign=middle;rounded=0;" value="&lt;font style=&quot;color: rgb(0, 0, 0);&quot;&gt;(0,n)&lt;/font&gt;" vertex="1">
          <mxGeometry height="30" width="60" x="180" y="560" as="geometry" />
        </mxCell>
        <mxCell id="sGN0XX3N0lFaESC0Dikt-106" parent="1" style="text;html=1;whiteSpace=wrap;strokeColor=none;fillColor=none;align=center;verticalAlign=middle;rounded=0;" value="&lt;font style=&quot;color: rgb(0, 0, 0);&quot;&gt;(1,1)&lt;/font&gt;" vertex="1">
          <mxGeometry height="30" width="60" x="407" y="555" as="geometry" />
        </mxCell>
        <mxCell id="sGN0XX3N0lFaESC0Dikt-109" parent="1" style="text;html=1;whiteSpace=wrap;strokeColor=none;fillColor=none;align=center;verticalAlign=middle;rounded=0;" value="&lt;font style=&quot;color: rgb(0, 0, 0);&quot;&gt;(0,n)&lt;/font&gt;" vertex="1">
          <mxGeometry height="30" width="60" x="670" y="495" as="geometry" />
        </mxCell>
        <mxCell id="sGN0XX3N0lFaESC0Dikt-110" parent="1" style="text;html=1;whiteSpace=wrap;strokeColor=none;fillColor=none;align=center;verticalAlign=middle;rounded=0;" value="&lt;font style=&quot;color: rgb(0, 0, 0);&quot;&gt;(1,n)&lt;/font&gt;" vertex="1">
          <mxGeometry height="30" width="60" x="484" y="290" as="geometry" />
        </mxCell>
        <mxCell id="sGN0XX3N0lFaESC0Dikt-113" edge="1" parent="1" source="sGN0XX3N0lFaESC0Dikt-112" style="edgeStyle=orthogonalEdgeStyle;rounded=0;orthogonalLoop=1;jettySize=auto;html=1;entryX=1;entryY=0.5;entryDx=0;entryDy=0;endArrow=none;endFill=0;curved=1;strokeColor=#000000;" target="sGN0XX3N0lFaESC0Dikt-44">
          <mxGeometry relative="1" as="geometry">
            <Array as="points">
              <mxPoint x="240" y="295" />
            </Array>
          </mxGeometry>
        </mxCell>
        <mxCell id="sGN0XX3N0lFaESC0Dikt-112" parent="1" style="swimlane;fontStyle=0;childLayout=stackLayout;horizontal=1;startSize=30;horizontalStack=0;resizeParent=1;resizeParentMax=0;resizeLast=0;collapsible=1;marginBottom=0;whiteSpace=wrap;html=1;fillColor=#b0e3e6;strokeColor=#0e8088;rounded=1;" value="&lt;font style=&quot;color: rgb(0, 0, 0);&quot;&gt;&lt;b&gt;dispenser&lt;/b&gt;&lt;/font&gt;" vertex="1">
          <mxGeometry height="55" width="114" x="232" y="470" as="geometry" />
        </mxCell>
        <mxCell id="sGN0XX3N0lFaESC0Dikt-114" edge="1" parent="1" source="sGN0XX3N0lFaESC0Dikt-112" style="edgeStyle=orthogonalEdgeStyle;rounded=0;orthogonalLoop=1;jettySize=auto;html=1;endArrow=none;endFill=0;strokeColor=#000000;">
          <mxGeometry relative="1" as="geometry">
            <mxPoint x="410" y="497" as="targetPoint" />
          </mxGeometry>
        </mxCell>
        <mxCell id="sGN0XX3N0lFaESC0Dikt-115" parent="1" style="text;html=1;whiteSpace=wrap;strokeColor=none;fillColor=none;align=center;verticalAlign=middle;rounded=0;" value="&lt;font style=&quot;color: rgb(0, 0, 0);&quot;&gt;(0,n)&lt;/font&gt;" vertex="1">
          <mxGeometry height="30" width="60" x="168" y="305" as="geometry" />
        </mxCell>
        <mxCell id="sGN0XX3N0lFaESC0Dikt-116" parent="1" style="text;html=1;whiteSpace=wrap;strokeColor=none;fillColor=none;align=center;verticalAlign=middle;rounded=0;" value="&lt;font style=&quot;color: rgb(0, 0, 0);&quot;&gt;(1,1)&lt;/font&gt;" vertex="1">
          <mxGeometry height="30" width="60" x="355" y="495" as="geometry" />
        </mxCell>
      </root>
    </mxGraphModel>
  </diagram>
  <diagram id="c3Qx5wA1TV_2s9O9nFo6" name="Page-2">
-     <mxGraphModel dx="981" dy="626" grid="1" gridSize="10" guides="1" tooltips="1" connect="1" arrows="1" fold="1" page="1" pageScale="1" pageWidth="827" pageHeight="1169" background="#ffffff" math="0" shadow="0">
+     <mxGraphModel dx="854" dy="552" grid="1" gridSize="10" guides="1" tooltips="1" connect="1" arrows="1" fold="1" page="1" pageScale="1" pageWidth="827" pageHeight="1169" background="#ffffff" math="0" shadow="0">
      <root>
        <mxCell id="0" />
        <mxCell id="1" parent="0" />
        <mxCell id="pAj9P71KQ9KstZ9cWUUn-2" parent="1" style="swimlane;fontStyle=0;childLayout=stackLayout;horizontal=1;startSize=30;horizontalStack=0;resizeParent=1;resizeParentMax=0;resizeLast=0;collapsible=1;marginBottom=0;whiteSpace=wrap;html=1;fillColor=#bac8d3;strokeColor=#23445d;" value="&lt;font style=&quot;color: rgb(0, 0, 0);&quot;&gt;&lt;b&gt;UTILISATEUR&lt;/b&gt;&lt;/font&gt;" vertex="1">
-           <mxGeometry height="480" width="140" x="40" y="120" as="geometry" />
+           <mxGeometry height="510" width="140" x="40" y="120" as="geometry" />
        </mxCell>
        <mxCell id="pAj9P71KQ9KstZ9cWUUn-3" parent="pAj9P71KQ9KstZ9cWUUn-2" style="text;strokeColor=none;fillColor=none;align=left;verticalAlign=middle;spacingLeft=4;spacingRight=4;overflow=hidden;points=[[0,0.5],[1,0.5]];portConstraint=eastwest;rotatable=0;whiteSpace=wrap;html=1;" value="&lt;b&gt;&lt;font style=&quot;color: rgb(0, 0, 0);&quot;&gt;#id_utilisateur (auto_i)&lt;/font&gt;&lt;/b&gt;" vertex="1">
          <mxGeometry height="30" width="140" y="30" as="geometry" />
        </mxCell>
        <mxCell id="pAj9P71KQ9KstZ9cWUUn-4" parent="pAj9P71KQ9KstZ9cWUUn-2" style="text;strokeColor=none;fillColor=none;align=left;verticalAlign=middle;spacingLeft=4;spacingRight=4;overflow=hidden;points=[[0,0.5],[1,0.5]];portConstraint=eastwest;rotatable=0;whiteSpace=wrap;html=1;" value="&lt;font style=&quot;color: rgb(0, 0, 0);&quot;&gt;code_utilisateur (varchar 8, nullable, U2610000)&lt;/font&gt;" vertex="1">
          <mxGeometry height="50" width="140" y="60" as="geometry" />
        </mxCell>
        <mxCell id="pAj9P71KQ9KstZ9cWUUn-5" parent="pAj9P71KQ9KstZ9cWUUn-2" style="text;strokeColor=none;fillColor=none;align=left;verticalAlign=middle;spacingLeft=4;spacingRight=4;overflow=hidden;points=[[0,0.5],[1,0.5]];portConstraint=eastwest;rotatable=0;whiteSpace=wrap;html=1;" value="&lt;font style=&quot;color: rgb(0, 0, 0);&quot;&gt;nom (varchar 50)&lt;/font&gt;" vertex="1">
          <mxGeometry height="30" width="140" y="110" as="geometry" />
        </mxCell>
        <mxCell id="pAj9P71KQ9KstZ9cWUUn-6" parent="pAj9P71KQ9KstZ9cWUUn-2" style="text;strokeColor=none;fillColor=none;align=left;verticalAlign=middle;spacingLeft=4;spacingRight=4;overflow=hidden;points=[[0,0.5],[1,0.5]];portConstraint=eastwest;rotatable=0;whiteSpace=wrap;html=1;" value="&lt;font style=&quot;color: rgb(0, 0, 0);&quot;&gt;prenom (varchar 50, nullable)&lt;/font&gt;" vertex="1">
          <mxGeometry height="30" width="140" y="140" as="geometry" />
        </mxCell>
        <mxCell id="pAj9P71KQ9KstZ9cWUUn-7" parent="pAj9P71KQ9KstZ9cWUUn-2" style="text;strokeColor=none;fillColor=none;align=left;verticalAlign=middle;spacingLeft=4;spacingRight=4;overflow=hidden;points=[[0,0.5],[1,0.5]];portConstraint=eastwest;rotatable=0;whiteSpace=wrap;html=1;" value="&lt;font style=&quot;color: rgb(0, 0, 0);&quot;&gt;mdp (varchar 255)&lt;/font&gt;" vertex="1">
          <mxGeometry height="30" width="140" y="170" as="geometry" />
        </mxCell>
        <mxCell id="pAj9P71KQ9KstZ9cWUUn-8" parent="pAj9P71KQ9KstZ9cWUUn-2" style="text;strokeColor=none;fillColor=none;align=left;verticalAlign=middle;spacingLeft=4;spacingRight=4;overflow=hidden;points=[[0,0.5],[1,0.5]];portConstraint=eastwest;rotatable=0;whiteSpace=wrap;html=1;" value="&lt;font style=&quot;color: rgb(0, 0, 0);&quot;&gt;matricule(varchar 8, nullable)&lt;/font&gt;" vertex="1">
          <mxGeometry height="30" width="140" y="200" as="geometry" />
        </mxCell>
        <mxCell id="pAj9P71KQ9KstZ9cWUUn-9" parent="pAj9P71KQ9KstZ9cWUUn-2" style="text;strokeColor=none;fillColor=none;align=left;verticalAlign=middle;spacingLeft=4;spacingRight=4;overflow=hidden;points=[[0,0.5],[1,0.5]];portConstraint=eastwest;rotatable=0;whiteSpace=wrap;html=1;" value="&lt;font style=&quot;color: rgb(0, 0, 0);&quot;&gt;type ({admin, enseignant, etudiant})&lt;/font&gt;" vertex="1">
          <mxGeometry height="30" width="140" y="230" as="geometry" />
        </mxCell>
        <mxCell id="pAj9P71KQ9KstZ9cWUUn-10" parent="pAj9P71KQ9KstZ9cWUUn-2" style="text;strokeColor=none;fillColor=none;align=left;verticalAlign=middle;spacingLeft=4;spacingRight=4;overflow=hidden;points=[[0,0.5],[1,0.5]];portConstraint=eastwest;rotatable=0;whiteSpace=wrap;html=1;" value="&lt;font style=&quot;color: rgb(0, 0, 0);&quot;&gt;email (varchar 100)&lt;/font&gt;" vertex="1">
          <mxGeometry height="30" width="140" y="260" as="geometry" />
        </mxCell>
+         <mxCell id="EzfdeYGqpA9yrHupAZIS-2" parent="pAj9P71KQ9KstZ9cWUUn-2" style="text;strokeColor=none;fillColor=none;align=left;verticalAlign=middle;spacingLeft=4;spacingRight=4;overflow=hidden;points=[[0,0.5],[1,0.5]];portConstraint=eastwest;rotatable=0;whiteSpace=wrap;html=1;" value="&lt;font style=&quot;color: rgb(0, 0, 0);&quot;&gt;sexe ({m, f})&lt;/font&gt;" vertex="1">
+           <mxGeometry height="30" width="140" y="290" as="geometry" />
+         </mxCell>
        <mxCell id="pAj9P71KQ9KstZ9cWUUn-11" parent="pAj9P71KQ9KstZ9cWUUn-2" style="text;strokeColor=none;fillColor=none;align=left;verticalAlign=middle;spacingLeft=4;spacingRight=4;overflow=hidden;points=[[0,0.5],[1,0.5]];portConstraint=eastwest;rotatable=0;whiteSpace=wrap;html=1;" value="&lt;font style=&quot;color: rgb(0, 0, 0);&quot;&gt;mdp_oublie (varchar 255, nullable)&lt;/font&gt;" vertex="1">
-           <mxGeometry height="30" width="140" y="290" as="geometry" />
+           <mxGeometry height="30" width="140" y="320" as="geometry" />
        </mxCell>
        <mxCell id="pAj9P71KQ9KstZ9cWUUn-12" parent="pAj9P71KQ9KstZ9cWUUn-2" style="text;strokeColor=none;fillColor=none;align=left;verticalAlign=middle;spacingLeft=4;spacingRight=4;overflow=hidden;points=[[0,0.5],[1,0.5]];portConstraint=eastwest;rotatable=0;whiteSpace=wrap;html=1;" value="&lt;font style=&quot;color: rgb(0, 0, 0);&quot;&gt;date_mdp_oublie (datetime, nullable)&lt;/font&gt;" vertex="1">
-           <mxGeometry height="30" width="140" y="320" as="geometry" />
+           <mxGeometry height="30" width="140" y="350" as="geometry" />
        </mxCell>
        <mxCell id="pAj9P71KQ9KstZ9cWUUn-85" parent="pAj9P71KQ9KstZ9cWUUn-2" style="text;strokeColor=none;fillColor=none;align=left;verticalAlign=middle;spacingLeft=4;spacingRight=4;overflow=hidden;points=[[0,0.5],[1,0.5]];portConstraint=eastwest;rotatable=0;whiteSpace=wrap;html=1;" value="&lt;font style=&quot;color: rgb(0, 0, 0);&quot;&gt;etat_compte ({en attente, approuvé, rejeté})&lt;/font&gt;" vertex="1">
-           <mxGeometry height="60" width="140" y="350" as="geometry" />
+           <mxGeometry height="60" width="140" y="380" as="geometry" />
        </mxCell>
        <mxCell id="pAj9P71KQ9KstZ9cWUUn-81" parent="pAj9P71KQ9KstZ9cWUUn-2" style="text;strokeColor=none;fillColor=none;align=left;verticalAlign=middle;spacingLeft=4;spacingRight=4;overflow=hidden;points=[[0,0.5],[1,0.5]];portConstraint=eastwest;rotatable=0;whiteSpace=wrap;html=1;" value="&lt;font style=&quot;color: rgb(0, 0, 0);&quot;&gt;&lt;b&gt;#fku_id_groupe (int, nullable)&lt;/b&gt;&lt;/font&gt;" vertex="1">
-           <mxGeometry height="30" width="140" y="410" as="geometry" />
+           <mxGeometry height="30" width="140" y="440" as="geometry" />
        </mxCell>
        <mxCell id="pAj9P71KQ9KstZ9cWUUn-83" parent="pAj9P71KQ9KstZ9cWUUn-2" style="text;strokeColor=none;fillColor=none;align=left;verticalAlign=middle;spacingLeft=4;spacingRight=4;overflow=hidden;points=[[0,0.5],[1,0.5]];portConstraint=eastwest;rotatable=0;whiteSpace=wrap;html=1;" value="&lt;font style=&quot;color: rgb(0, 0, 0);&quot;&gt;&lt;b&gt;#fku_id_niveau (int, nullable)&lt;/b&gt;&lt;/font&gt;" vertex="1">
-           <mxGeometry height="40" width="140" y="440" as="geometry" />
+           <mxGeometry height="40" width="140" y="470" as="geometry" />
        </mxCell>
        <mxCell id="pAj9P71KQ9KstZ9cWUUn-13" parent="1" style="swimlane;fontStyle=0;childLayout=stackLayout;horizontal=1;startSize=30;horizontalStack=0;resizeParent=1;resizeParentMax=0;resizeLast=0;collapsible=1;marginBottom=0;whiteSpace=wrap;html=1;fillColor=#bac8d3;strokeColor=#23445d;" value="&lt;font style=&quot;color: rgb(0, 0, 0);&quot;&gt;&lt;b&gt;MATIERE&lt;/b&gt;&lt;/font&gt;" vertex="1">
          <mxGeometry height="120" width="140" x="40" y="780" as="geometry" />
        </mxCell>
        <mxCell id="pAj9P71KQ9KstZ9cWUUn-14" parent="pAj9P71KQ9KstZ9cWUUn-13" style="text;strokeColor=none;fillColor=none;align=left;verticalAlign=middle;spacingLeft=4;spacingRight=4;overflow=hidden;points=[[0,0.5],[1,0.5]];portConstraint=eastwest;rotatable=0;whiteSpace=wrap;html=1;" value="&lt;font color=&quot;#000000&quot;&gt;&lt;b&gt;#id_matiere (auto_i)&lt;/b&gt;&lt;/font&gt;" vertex="1">
          <mxGeometry height="30" width="140" y="30" as="geometry" />
        </mxCell>
        <mxCell id="pAj9P71KQ9KstZ9cWUUn-15" parent="pAj9P71KQ9KstZ9cWUUn-13" style="text;strokeColor=none;fillColor=none;align=left;verticalAlign=middle;spacingLeft=4;spacingRight=4;overflow=hidden;points=[[0,0.5],[1,0.5]];portConstraint=eastwest;rotatable=0;whiteSpace=wrap;html=1;" value="&lt;font style=&quot;color: rgb(0, 0, 0);&quot;&gt;code_matiere (varchar 6, nullable, M26100)&lt;/font&gt;" vertex="1">
          <mxGeometry height="30" width="140" y="60" as="geometry" />
        </mxCell>
        <mxCell id="pAj9P71KQ9KstZ9cWUUn-16" parent="pAj9P71KQ9KstZ9cWUUn-13" style="text;strokeColor=none;fillColor=none;align=left;verticalAlign=middle;spacingLeft=4;spacingRight=4;overflow=hidden;points=[[0,0.5],[1,0.5]];portConstraint=eastwest;rotatable=0;whiteSpace=wrap;html=1;" value="&lt;font style=&quot;color: rgb(0, 0, 0);&quot;&gt;nom_matiere (varchar 50)&lt;/font&gt;" vertex="1">
          <mxGeometry height="30" width="140" y="90" as="geometry" />
        </mxCell>
        <mxCell id="pAj9P71KQ9KstZ9cWUUn-17" parent="1" style="swimlane;fontStyle=0;childLayout=stackLayout;horizontal=1;startSize=30;horizontalStack=0;resizeParent=1;resizeParentMax=0;resizeLast=0;collapsible=1;marginBottom=0;whiteSpace=wrap;html=1;fillColor=#bac8d3;strokeColor=#23445d;" value="&lt;font style=&quot;color: rgb(0, 0, 0);&quot;&gt;&lt;b&gt;COURS&lt;/b&gt;&lt;/font&gt;" vertex="1">
          <mxGeometry height="370" width="140" x="407" y="370" as="geometry" />
        </mxCell>
        <mxCell id="pAj9P71KQ9KstZ9cWUUn-18" parent="pAj9P71KQ9KstZ9cWUUn-17" style="text;strokeColor=none;fillColor=none;align=left;verticalAlign=middle;spacingLeft=4;spacingRight=4;overflow=hidden;points=[[0,0.5],[1,0.5]];portConstraint=eastwest;rotatable=0;whiteSpace=wrap;html=1;" value="&lt;b&gt;&lt;font style=&quot;color: rgb(0, 0, 0);&quot;&gt;#id_cours (auto_i)&lt;/font&gt;&lt;/b&gt;" vertex="1">
          <mxGeometry height="30" width="140" y="30" as="geometry" />
        </mxCell>
        <mxCell id="pAj9P71KQ9KstZ9cWUUn-19" parent="pAj9P71KQ9KstZ9cWUUn-17" style="text;strokeColor=none;fillColor=none;align=left;verticalAlign=middle;spacingLeft=4;spacingRight=4;overflow=hidden;points=[[0,0.5],[1,0.5]];portConstraint=eastwest;rotatable=0;whiteSpace=wrap;html=1;" value="&lt;font style=&quot;color: rgb(0, 0, 0);&quot;&gt;code_cours (varchar 8, nullable, CR2610000)&lt;/font&gt;" vertex="1">
          <mxGeometry height="30" width="140" y="60" as="geometry" />
        </mxCell>
        <mxCell id="pAj9P71KQ9KstZ9cWUUn-20" parent="pAj9P71KQ9KstZ9cWUUn-17" style="text;strokeColor=none;fillColor=none;align=left;verticalAlign=middle;spacingLeft=4;spacingRight=4;overflow=hidden;points=[[0,0.5],[1,0.5]];portConstraint=eastwest;rotatable=0;whiteSpace=wrap;html=1;" value="&lt;font style=&quot;color: rgb(0, 0, 0);&quot;&gt;etat_cours ({confirmé, en attente, annulé})&lt;/font&gt;" vertex="1">
          <mxGeometry height="40" width="140" y="90" as="geometry" />
        </mxCell>
        <mxCell id="pAj9P71KQ9KstZ9cWUUn-21" parent="pAj9P71KQ9KstZ9cWUUn-17" style="text;strokeColor=none;fillColor=none;align=left;verticalAlign=middle;spacingLeft=4;spacingRight=4;overflow=hidden;points=[[0,0.5],[1,0.5]];portConstraint=eastwest;rotatable=0;whiteSpace=wrap;html=1;" value="&lt;font style=&quot;color: rgb(0, 0, 0);&quot;&gt;date_cours (datetime)&lt;/font&gt;" vertex="1">
          <mxGeometry height="30" width="140" y="130" as="geometry" />
        </mxCell>
        <mxCell id="pAj9P71KQ9KstZ9cWUUn-22" parent="pAj9P71KQ9KstZ9cWUUn-17" style="text;strokeColor=none;fillColor=none;align=left;verticalAlign=middle;spacingLeft=4;spacingRight=4;overflow=hidden;points=[[0,0.5],[1,0.5]];portConstraint=eastwest;rotatable=0;whiteSpace=wrap;html=1;" value="&lt;font style=&quot;color: rgb(0, 0, 0);&quot;&gt;heure_debut (time)&lt;/font&gt;" vertex="1">
          <mxGeometry height="30" width="140" y="160" as="geometry" />
        </mxCell>
        <mxCell id="pAj9P71KQ9KstZ9cWUUn-23" parent="pAj9P71KQ9KstZ9cWUUn-17" style="text;strokeColor=none;fillColor=none;align=left;verticalAlign=middle;spacingLeft=4;spacingRight=4;overflow=hidden;points=[[0,0.5],[1,0.5]];portConstraint=eastwest;rotatable=0;whiteSpace=wrap;html=1;" value="&lt;font style=&quot;color: rgb(0, 0, 0);&quot;&gt;heure_fin (time)&lt;/font&gt;" vertex="1">
          <mxGeometry height="30" width="140" y="190" as="geometry" />
        </mxCell>
        <mxCell id="pAj9P71KQ9KstZ9cWUUn-24" parent="pAj9P71KQ9KstZ9cWUUn-17" style="text;strokeColor=none;fillColor=none;align=left;verticalAlign=middle;spacingLeft=4;spacingRight=4;overflow=hidden;points=[[0,0.5],[1,0.5]];portConstraint=eastwest;rotatable=0;whiteSpace=wrap;html=1;" value="&lt;font color=&quot;#000000&quot;&gt;intitule (varchar 100)&lt;/font&gt;" vertex="1">
          <mxGeometry height="30" width="140" y="220" as="geometry" />
        </mxCell>
        <mxCell id="pAj9P71KQ9KstZ9cWUUn-86" parent="pAj9P71KQ9KstZ9cWUUn-17" style="text;strokeColor=none;fillColor=none;align=left;verticalAlign=middle;spacingLeft=4;spacingRight=4;overflow=hidden;points=[[0,0.5],[1,0.5]];portConstraint=eastwest;rotatable=0;whiteSpace=wrap;html=1;" value="&lt;font color=&quot;#000000&quot;&gt;&lt;b&gt;#fkc_id_niveau (int)&lt;/b&gt;&lt;/font&gt;" vertex="1">
          <mxGeometry height="30" width="140" y="250" as="geometry" />
        </mxCell>
        <mxCell id="pAj9P71KQ9KstZ9cWUUn-95" parent="pAj9P71KQ9KstZ9cWUUn-17" style="text;strokeColor=none;fillColor=none;align=left;verticalAlign=middle;spacingLeft=4;spacingRight=4;overflow=hidden;points=[[0,0.5],[1,0.5]];portConstraint=eastwest;rotatable=0;whiteSpace=wrap;html=1;" value="&lt;font color=&quot;#000000&quot;&gt;&lt;b&gt;#fkc_id_utilisateur (int)&lt;/b&gt;&lt;/font&gt;" vertex="1">
          <mxGeometry height="30" width="140" y="280" as="geometry" />
        </mxCell>
        <mxCell id="pAj9P71KQ9KstZ9cWUUn-92" parent="pAj9P71KQ9KstZ9cWUUn-17" style="text;strokeColor=none;fillColor=none;align=left;verticalAlign=middle;spacingLeft=4;spacingRight=4;overflow=hidden;points=[[0,0.5],[1,0.5]];portConstraint=eastwest;rotatable=0;whiteSpace=wrap;html=1;" value="&lt;font color=&quot;#000000&quot;&gt;&lt;b&gt;#fkc_id_matiere (int)&lt;/b&gt;&lt;/font&gt;" vertex="1">
          <mxGeometry height="30" width="140" y="310" as="geometry" />
        </mxCell>
        <mxCell id="pAj9P71KQ9KstZ9cWUUn-97" parent="pAj9P71KQ9KstZ9cWUUn-17" style="text;strokeColor=none;fillColor=none;align=left;verticalAlign=middle;spacingLeft=4;spacingRight=4;overflow=hidden;points=[[0,0.5],[1,0.5]];portConstraint=eastwest;rotatable=0;whiteSpace=wrap;html=1;" value="&lt;font color=&quot;#000000&quot;&gt;&lt;b&gt;#fkc_id_salle (int, nullable)&lt;/b&gt;&lt;/font&gt;" vertex="1">
          <mxGeometry height="30" width="140" y="340" as="geometry" />
        </mxCell>
        <mxCell id="pAj9P71KQ9KstZ9cWUUn-25" parent="1" style="swimlane;fontStyle=0;childLayout=stackLayout;horizontal=1;startSize=30;horizontalStack=0;resizeParent=1;resizeParentMax=0;resizeLast=0;collapsible=1;marginBottom=0;whiteSpace=wrap;html=1;fillColor=#bac8d3;strokeColor=#23445d;" value="&lt;font style=&quot;color: rgb(0, 0, 0);&quot;&gt;&lt;b&gt;GROUPE&lt;/b&gt;&lt;/font&gt;" vertex="1">
          <mxGeometry height="120" width="140" x="404" y="120" as="geometry" />
        </mxCell>
        <mxCell id="pAj9P71KQ9KstZ9cWUUn-26" parent="pAj9P71KQ9KstZ9cWUUn-25" style="text;strokeColor=none;fillColor=none;align=left;verticalAlign=middle;spacingLeft=4;spacingRight=4;overflow=hidden;points=[[0,0.5],[1,0.5]];portConstraint=eastwest;rotatable=0;whiteSpace=wrap;html=1;" value="&lt;font color=&quot;#000000&quot;&gt;&lt;b&gt;#id_groupe (auto_i)&lt;/b&gt;&lt;/font&gt;" vertex="1">
          <mxGeometry height="30" width="140" y="30" as="geometry" />
        </mxCell>
        <mxCell id="pAj9P71KQ9KstZ9cWUUn-27" parent="pAj9P71KQ9KstZ9cWUUn-25" style="text;strokeColor=none;fillColor=none;align=left;verticalAlign=middle;spacingLeft=4;spacingRight=4;overflow=hidden;points=[[0,0.5],[1,0.5]];portConstraint=eastwest;rotatable=0;whiteSpace=wrap;html=1;" value="&lt;font style=&quot;color: rgb(0, 0, 0);&quot;&gt;nom_groupe (varchar 25)&lt;/font&gt;" vertex="1">
          <mxGeometry height="30" width="140" y="60" as="geometry" />
        </mxCell>
        <mxCell id="pAj9P71KQ9KstZ9cWUUn-84" parent="pAj9P71KQ9KstZ9cWUUn-25" style="text;strokeColor=none;fillColor=none;align=left;verticalAlign=middle;spacingLeft=4;spacingRight=4;overflow=hidden;points=[[0,0.5],[1,0.5]];portConstraint=eastwest;rotatable=0;whiteSpace=wrap;html=1;" value="&lt;font color=&quot;#000000&quot;&gt;&lt;b&gt;#fkg_id_niveau (int)&lt;/b&gt;&lt;/font&gt;" vertex="1">
          <mxGeometry height="30" width="140" y="90" as="geometry" />
        </mxCell>
        <mxCell id="pAj9P71KQ9KstZ9cWUUn-28" parent="1" style="swimlane;fontStyle=0;childLayout=stackLayout;horizontal=1;startSize=30;horizontalStack=0;resizeParent=1;resizeParentMax=0;resizeLast=0;collapsible=1;marginBottom=0;whiteSpace=wrap;html=1;fillColor=#bac8d3;strokeColor=#23445d;" value="&lt;font style=&quot;color: rgb(0, 0, 0);&quot;&gt;&lt;b&gt;SALLE&lt;/b&gt;&lt;/font&gt;" vertex="1">
          <mxGeometry height="120" width="140" x="600" y="605" as="geometry" />
        </mxCell>
        <mxCell id="pAj9P71KQ9KstZ9cWUUn-29" parent="pAj9P71KQ9KstZ9cWUUn-28" style="text;strokeColor=none;fillColor=none;align=left;verticalAlign=middle;spacingLeft=4;spacingRight=4;overflow=hidden;points=[[0,0.5],[1,0.5]];portConstraint=eastwest;rotatable=0;whiteSpace=wrap;html=1;" value="&lt;font style=&quot;color: rgb(0, 0, 0);&quot;&gt;&lt;b&gt;#id_salle (auto_i)&lt;/b&gt;&lt;/font&gt;" vertex="1">
          <mxGeometry height="30" width="140" y="30" as="geometry" />
        </mxCell>
        <mxCell id="pAj9P71KQ9KstZ9cWUUn-30" parent="pAj9P71KQ9KstZ9cWUUn-28" style="text;strokeColor=none;fillColor=none;align=left;verticalAlign=middle;spacingLeft=4;spacingRight=4;overflow=hidden;points=[[0,0.5],[1,0.5]];portConstraint=eastwest;rotatable=0;whiteSpace=wrap;html=1;" value="&lt;font style=&quot;color: rgb(0, 0, 0);&quot;&gt;nom_salle (varchar 50)&lt;/font&gt;" vertex="1">
          <mxGeometry height="30" width="140" y="60" as="geometry" />
        </mxCell>
        <mxCell id="pAj9P71KQ9KstZ9cWUUn-31" parent="pAj9P71KQ9KstZ9cWUUn-28" style="text;strokeColor=none;fillColor=none;align=left;verticalAlign=middle;spacingLeft=4;spacingRight=4;overflow=hidden;points=[[0,0.5],[1,0.5]];portConstraint=eastwest;rotatable=0;whiteSpace=wrap;html=1;" value="&lt;div&gt;&lt;font color=&quot;#000000&quot;&gt;capacite (int)&lt;/font&gt;&lt;/div&gt;" vertex="1">
          <mxGeometry height="30" width="140" y="90" as="geometry" />
        </mxCell>
        <mxCell id="pAj9P71KQ9KstZ9cWUUn-50" parent="1" style="swimlane;fontStyle=0;childLayout=stackLayout;horizontal=1;startSize=30;horizontalStack=0;resizeParent=1;resizeParentMax=0;resizeLast=0;collapsible=1;marginBottom=0;whiteSpace=wrap;html=1;fillColor=#bac8d3;strokeColor=#23445d;" value="&lt;font style=&quot;color: rgb(0, 0, 0);&quot;&gt;&lt;b&gt;NIVEAU&lt;/b&gt;&lt;/font&gt;" vertex="1">
          <mxGeometry height="90" width="140" x="240" y="320" as="geometry" />
        </mxCell>
        <mxCell id="pAj9P71KQ9KstZ9cWUUn-51" parent="pAj9P71KQ9KstZ9cWUUn-50" style="text;strokeColor=none;fillColor=none;align=left;verticalAlign=middle;spacingLeft=4;spacingRight=4;overflow=hidden;points=[[0,0.5],[1,0.5]];portConstraint=eastwest;rotatable=0;whiteSpace=wrap;html=1;" value="&lt;font color=&quot;#000000&quot;&gt;&lt;b&gt;#id_niveau (auto_i)&lt;/b&gt;&lt;/font&gt;" vertex="1">
          <mxGeometry height="30" width="140" y="30" as="geometry" />
        </mxCell>
        <mxCell id="pAj9P71KQ9KstZ9cWUUn-52" parent="pAj9P71KQ9KstZ9cWUUn-50" style="text;strokeColor=none;fillColor=none;align=left;verticalAlign=middle;spacingLeft=4;spacingRight=4;overflow=hidden;points=[[0,0.5],[1,0.5]];portConstraint=eastwest;rotatable=0;whiteSpace=wrap;html=1;" value="&lt;font style=&quot;color: rgb(0, 0, 0);&quot;&gt;niveau (varchar 15)&lt;/font&gt;" vertex="1">
          <mxGeometry height="30" width="140" y="60" as="geometry" />
        </mxCell>
        <mxCell id="pAj9P71KQ9KstZ9cWUUn-89" edge="1" parent="1" source="pAj9P71KQ9KstZ9cWUUn-26" style="edgeStyle=orthogonalEdgeStyle;rounded=0;orthogonalLoop=1;jettySize=auto;html=1;entryX=1;entryY=0.5;entryDx=0;entryDy=0;elbow=vertical;curved=1;strokeColor=#000000;endArrow=none;endFill=0;" target="pAj9P71KQ9KstZ9cWUUn-81">
          <mxGeometry relative="1" as="geometry">
            <Array as="points">
              <mxPoint x="220" y="165" />
              <mxPoint x="220" y="515" />
            </Array>
          </mxGeometry>
        </mxCell>
        <mxCell id="pAj9P71KQ9KstZ9cWUUn-90" edge="1" parent="1" source="pAj9P71KQ9KstZ9cWUUn-51" style="edgeStyle=orthogonalEdgeStyle;rounded=0;orthogonalLoop=1;jettySize=auto;html=1;entryX=1;entryY=0.321;entryDx=0;entryDy=0;entryPerimeter=0;endArrow=none;endFill=0;strokeColor=#000000;curved=1;" target="pAj9P71KQ9KstZ9cWUUn-83">
          <mxGeometry relative="1" as="geometry">
            <Array as="points">
              <mxPoint x="220" y="365" />
              <mxPoint x="220" y="543" />
            </Array>
          </mxGeometry>
        </mxCell>
        <mxCell id="pAj9P71KQ9KstZ9cWUUn-91" edge="1" parent="1" source="pAj9P71KQ9KstZ9cWUUn-51" style="edgeStyle=orthogonalEdgeStyle;rounded=0;orthogonalLoop=1;jettySize=auto;html=1;entryX=0;entryY=0.5;entryDx=0;entryDy=0;endArrow=none;endFill=0;strokeColor=#000000;curved=1;" target="pAj9P71KQ9KstZ9cWUUn-86">
          <mxGeometry relative="1" as="geometry">
            <Array as="points">
              <mxPoint x="390" y="365" />
              <mxPoint x="390" y="625" />
            </Array>
          </mxGeometry>
        </mxCell>
        <mxCell id="pAj9P71KQ9KstZ9cWUUn-93" edge="1" parent="1" source="pAj9P71KQ9KstZ9cWUUn-14" style="edgeStyle=orthogonalEdgeStyle;rounded=0;orthogonalLoop=1;jettySize=auto;html=1;entryX=0;entryY=0.5;entryDx=0;entryDy=0;endArrow=none;endFill=0;strokeColor=#000000;curved=1;" target="pAj9P71KQ9KstZ9cWUUn-92">
          <mxGeometry relative="1" as="geometry" />
        </mxCell>
        <mxCell id="pAj9P71KQ9KstZ9cWUUn-96" edge="1" parent="1" source="pAj9P71KQ9KstZ9cWUUn-3" style="edgeStyle=orthogonalEdgeStyle;rounded=0;orthogonalLoop=1;jettySize=auto;html=1;entryX=0;entryY=0.5;entryDx=0;entryDy=0;curved=1;endArrow=none;endFill=0;strokeColor=#000000;" target="pAj9P71KQ9KstZ9cWUUn-95">
          <mxGeometry relative="1" as="geometry">
            <Array as="points">
              <mxPoint x="200" y="165" />
              <mxPoint x="200" y="655" />
            </Array>
          </mxGeometry>
        </mxCell>
        <mxCell id="pAj9P71KQ9KstZ9cWUUn-98" edge="1" parent="1" source="pAj9P71KQ9KstZ9cWUUn-29" style="edgeStyle=orthogonalEdgeStyle;rounded=0;orthogonalLoop=1;jettySize=auto;html=1;entryX=1;entryY=0.5;entryDx=0;entryDy=0;endArrow=none;endFill=0;strokeColor=#000000;curved=1;" target="pAj9P71KQ9KstZ9cWUUn-97">
          <mxGeometry relative="1" as="geometry" />
        </mxCell>
        <mxCell id="pAj9P71KQ9KstZ9cWUUn-99" parent="1" style="swimlane;fontStyle=0;childLayout=stackLayout;horizontal=1;startSize=30;horizontalStack=0;resizeParent=1;resizeParentMax=0;resizeLast=0;collapsible=1;marginBottom=0;whiteSpace=wrap;html=1;fillColor=#bac8d3;strokeColor=#23445d;" value="&lt;font style=&quot;color: rgb(0, 0, 0);&quot;&gt;&lt;b&gt;U_MATIERE&lt;/b&gt;&lt;/font&gt;" vertex="1">
-           <mxGeometry height="120" width="140" x="40" y="620" as="geometry" />
+           <mxGeometry height="120" width="140" x="40" y="640" as="geometry" />
        </mxCell>
        <mxCell id="pAj9P71KQ9KstZ9cWUUn-100" parent="pAj9P71KQ9KstZ9cWUUn-99" style="text;strokeColor=none;fillColor=none;align=left;verticalAlign=middle;spacingLeft=4;spacingRight=4;overflow=hidden;points=[[0,0.5],[1,0.5]];portConstraint=eastwest;rotatable=0;whiteSpace=wrap;html=1;" value="&lt;font color=&quot;#000000&quot;&gt;&lt;b&gt;#id_umatiere (auto_i)&lt;/b&gt;&lt;/font&gt;" vertex="1">
          <mxGeometry height="30" width="140" y="30" as="geometry" />
        </mxCell>
        <mxCell id="pAj9P71KQ9KstZ9cWUUn-101" parent="pAj9P71KQ9KstZ9cWUUn-99" style="text;strokeColor=none;fillColor=none;align=left;verticalAlign=middle;spacingLeft=4;spacingRight=4;overflow=hidden;points=[[0,0.5],[1,0.5]];portConstraint=eastwest;rotatable=0;whiteSpace=wrap;html=1;" value="&lt;font style=&quot;color: rgb(0, 0, 0);&quot;&gt;&lt;b&gt;#fkum_id_utilisateur (int)&lt;/b&gt;&lt;/font&gt;" vertex="1">
          <mxGeometry height="30" width="140" y="60" as="geometry" />
        </mxCell>
        <mxCell id="pAj9P71KQ9KstZ9cWUUn-102" parent="pAj9P71KQ9KstZ9cWUUn-99" style="text;strokeColor=none;fillColor=none;align=left;verticalAlign=middle;spacingLeft=4;spacingRight=4;overflow=hidden;points=[[0,0.5],[1,0.5]];portConstraint=eastwest;rotatable=0;whiteSpace=wrap;html=1;" value="&lt;font style=&quot;color: rgb(0, 0, 0);&quot;&gt;&lt;b&gt;#fkum_id_matiere (int)&lt;/b&gt;&lt;/font&gt;" vertex="1">
          <mxGeometry height="30" width="140" y="90" as="geometry" />
        </mxCell>
        <mxCell id="pAj9P71KQ9KstZ9cWUUn-103" edge="1" parent="1" source="pAj9P71KQ9KstZ9cWUUn-14" style="edgeStyle=orthogonalEdgeStyle;rounded=0;orthogonalLoop=1;jettySize=auto;html=1;entryX=1;entryY=0.5;entryDx=0;entryDy=0;endArrow=none;endFill=0;strokeColor=#000000;curved=1;exitX=1;exitY=0.5;exitDx=0;exitDy=0;" target="pAj9P71KQ9KstZ9cWUUn-102">
          <mxGeometry relative="1" as="geometry" />
        </mxCell>
        <mxCell id="pAj9P71KQ9KstZ9cWUUn-104" edge="1" parent="1" source="pAj9P71KQ9KstZ9cWUUn-3" style="edgeStyle=orthogonalEdgeStyle;rounded=0;orthogonalLoop=1;jettySize=auto;html=1;entryX=-0.007;entryY=0.78;entryDx=0;entryDy=0;endArrow=none;endFill=0;strokeColor=#000000;curved=1;entryPerimeter=0;" target="pAj9P71KQ9KstZ9cWUUn-101">
          <mxGeometry relative="1" as="geometry" />
        </mxCell>
        <mxCell id="pAj9P71KQ9KstZ9cWUUn-105" parent="1" style="swimlane;fontStyle=0;childLayout=stackLayout;horizontal=1;startSize=30;horizontalStack=0;resizeParent=1;resizeParentMax=0;resizeLast=0;collapsible=1;marginBottom=0;whiteSpace=wrap;html=1;fillColor=#bac8d3;strokeColor=#23445d;" value="&lt;font style=&quot;color: rgb(0, 0, 0);&quot;&gt;&lt;b&gt;G_COURS&lt;/b&gt;&lt;/font&gt;" vertex="1">
          <mxGeometry height="120" width="140" x="640" y="120" as="geometry" />
        </mxCell>
        <mxCell id="pAj9P71KQ9KstZ9cWUUn-106" parent="pAj9P71KQ9KstZ9cWUUn-105" style="text;strokeColor=none;fillColor=none;align=left;verticalAlign=middle;spacingLeft=4;spacingRight=4;overflow=hidden;points=[[0,0.5],[1,0.5]];portConstraint=eastwest;rotatable=0;whiteSpace=wrap;html=1;" value="&lt;font color=&quot;#000000&quot;&gt;&lt;b&gt;#id_gcours (auto_i)&lt;/b&gt;&lt;/font&gt;" vertex="1">
          <mxGeometry height="30" width="140" y="30" as="geometry" />
        </mxCell>
        <mxCell id="pAj9P71KQ9KstZ9cWUUn-108" parent="pAj9P71KQ9KstZ9cWUUn-105" style="text;strokeColor=none;fillColor=none;align=left;verticalAlign=middle;spacingLeft=4;spacingRight=4;overflow=hidden;points=[[0,0.5],[1,0.5]];portConstraint=eastwest;rotatable=0;whiteSpace=wrap;html=1;" value="&lt;font color=&quot;#000000&quot;&gt;&lt;b&gt;#fkgc_id_groupe (int)&lt;/b&gt;&lt;/font&gt;" vertex="1">
          <mxGeometry height="30" width="140" y="60" as="geometry" />
        </mxCell>
        <mxCell id="pAj9P71KQ9KstZ9cWUUn-109" parent="pAj9P71KQ9KstZ9cWUUn-105" style="text;strokeColor=none;fillColor=none;align=left;verticalAlign=middle;spacingLeft=4;spacingRight=4;overflow=hidden;points=[[0,0.5],[1,0.5]];portConstraint=eastwest;rotatable=0;whiteSpace=wrap;html=1;" value="&lt;font color=&quot;#000000&quot;&gt;&lt;b&gt;#fkgc_id_cours (int)&lt;/b&gt;&lt;/font&gt;" vertex="1">
          <mxGeometry height="30" width="140" y="90" as="geometry" />
        </mxCell>
        <mxCell id="pAj9P71KQ9KstZ9cWUUn-110" edge="1" parent="1" source="pAj9P71KQ9KstZ9cWUUn-26" style="edgeStyle=orthogonalEdgeStyle;rounded=0;orthogonalLoop=1;jettySize=auto;html=1;entryX=0;entryY=0.5;entryDx=0;entryDy=0;endArrow=none;endFill=0;strokeColor=#000000;curved=1;" target="pAj9P71KQ9KstZ9cWUUn-108">
          <mxGeometry relative="1" as="geometry" />
        </mxCell>
        <mxCell id="pAj9P71KQ9KstZ9cWUUn-111" edge="1" parent="1" source="pAj9P71KQ9KstZ9cWUUn-18" style="edgeStyle=orthogonalEdgeStyle;rounded=0;orthogonalLoop=1;jettySize=auto;html=1;entryX=0;entryY=0.5;entryDx=0;entryDy=0;endArrow=none;endFill=0;strokeColor=#000000;curved=1;" target="pAj9P71KQ9KstZ9cWUUn-109">
          <mxGeometry relative="1" as="geometry" />
        </mxCell>
        <mxCell id="yUTicLV4Ub2DsqpQtXYK-2" edge="1" parent="1" source="pAj9P71KQ9KstZ9cWUUn-84" style="edgeStyle=orthogonalEdgeStyle;rounded=0;orthogonalLoop=1;jettySize=auto;html=1;entryX=1;entryY=0.5;entryDx=0;entryDy=0;curved=1;endArrow=none;endFill=0;strokeColor=#000000;" target="pAj9P71KQ9KstZ9cWUUn-51">
          <mxGeometry relative="1" as="geometry">
            <Array as="points">
              <mxPoint x="384" y="225" />
              <mxPoint x="384" y="365" />
            </Array>
          </mxGeometry>
        </mxCell>
      </root>
    </mxGraphModel>
  </diagram>
</mxfile>
